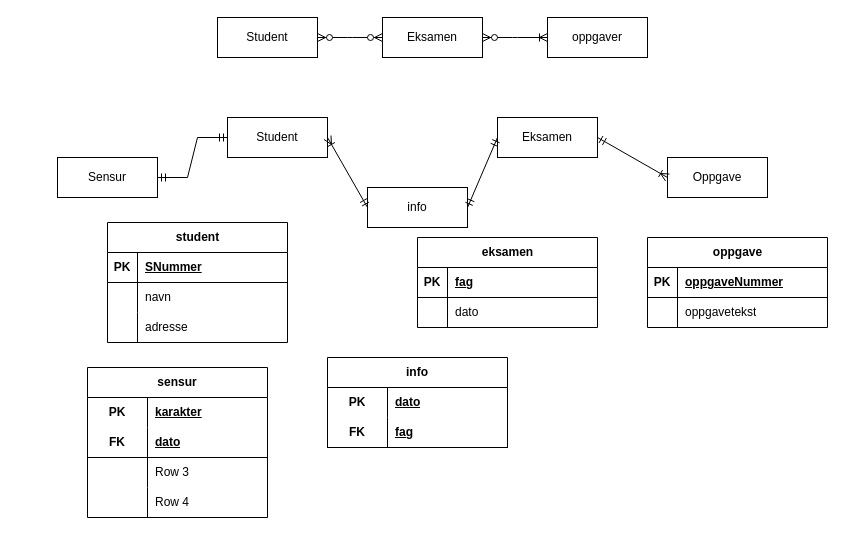
Above: klasserom Diagram.drawio in angeclara/ER101 (draw.io), before the change. Source tidied: cells renumbered, new cells numbered last; positions are measured from the earlier drawing's top-left corner, leaving out a move shared by most shapes. Both pictures are drawn from the tidied source at 100%, with x=0, y=0 at pixel (57, 17).
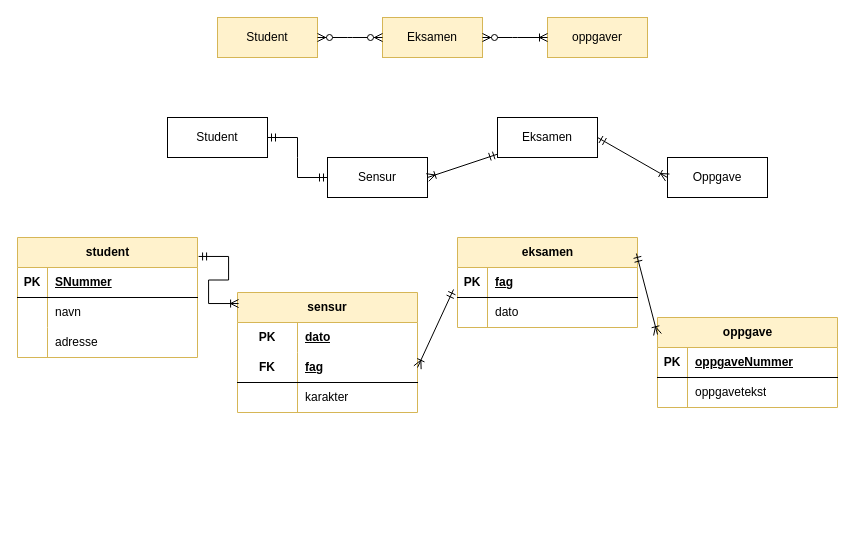
After the change.

Unchanged cells that the change refers to:
```xml
<mxCell id="6" value="Eksamen" style="whiteSpace=wrap;html=1;align=center;" parent="1" vertex="1">
  <mxGeometry x="440" y="100" width="100" height="40" as="geometry" />
</mxCell>
<mxCell id="27" style="shape=tableRow;horizontal=0;startSize=0;swimlaneHead=0;swimlaneBody=0;fillColor=none;points=[[0,0.5],[1,0.5]];portConstraint=eastwest;top=0;left=0;right=0;bottom=1;" parent="26" vertex="1">
  <mxGeometry y="30" width="180" height="30" as="geometry" />
</mxCell>
<mxCell id="48" style="shape=tableRow;horizontal=0;startSize=0;swimlaneHead=0;swimlaneBody=0;fillColor=none;top=0;left=0;right=0;bottom=0;html=1;" parent="47" vertex="1">
  <mxGeometry y="30" width="180" height="30" as="geometry" />
</mxCell>
<mxCell id="51" style="shape=tableRow;horizontal=0;startSize=0;swimlaneHead=0;swimlaneBody=0;fillColor=none;points=[[0,0.5],[1,0.5]];portConstraint=eastwest;top=0;left=0;right=0;bottom=1;html=1;" parent="47" vertex="1">
  <mxGeometry y="60" width="180" height="30" as="geometry" />
</mxCell>
<mxCell id="54" style="shape=tableRow;horizontal=0;startSize=0;swimlaneHead=0;swimlaneBody=0;fillColor=none;top=0;left=0;right=0;bottom=0;html=1;" parent="47" vertex="1">
  <mxGeometry y="90" width="180" height="30" as="geometry" />
</mxCell>
```

What changed in the source:
```diff
@@
-    <mxCell id="2" value="Student" style="whiteSpace=wrap;html=1;align=center;" parent="1" vertex="1">
+    <mxCell id="2" value="Student" style="whiteSpace=wrap;html=1;align=center;fillColor=#fff2cc;strokeColor=#d6b656;" parent="1" vertex="1">
       <mxGeometry x="160" width="100" height="40" as="geometry" />
     </mxCell>
-    <mxCell id="3" value="Eksamen" style="whiteSpace=wrap;html=1;align=center;" parent="1" vertex="1">
+    <mxCell id="3" value="Eksamen" style="whiteSpace=wrap;html=1;align=center;fillColor=#fff2cc;strokeColor=#d6b656;" parent="1" vertex="1">
       <mxGeometry x="325" width="100" height="40" as="geometry" />
     </mxCell>
-    <mxCell id="4" value="oppgaver" style="whiteSpace=wrap;html=1;align=center;" parent="1" vertex="1">
+    <mxCell id="4" value="oppgaver" style="whiteSpace=wrap;html=1;align=center;fillColor=#fff2cc;strokeColor=#d6b656;" parent="1" vertex="1">
       <mxGeometry x="490" width="100" height="40" as="geometry" />
     </mxCell>
@@
     <mxCell id="7" value="Sensur" style="whiteSpace=wrap;html=1;align=center;" parent="1" vertex="1">
-      <mxGeometry y="140" width="100" height="40" as="geometry" />
+      <mxGeometry x="270" y="140" width="100" height="40" as="geometry" />
     </mxCell>
     <mxCell id="8" value="Student" style="whiteSpace=wrap;html=1;align=center;" parent="1" vertex="1">
-      <mxGeometry x="170" y="100" width="100" height="40" as="geometry" />
+      <mxGeometry x="110" y="100" width="100" height="40" as="geometry" />
     </mxCell>
@@
-    <mxCell id="11" value="info" style="whiteSpace=wrap;html=1;align=center;" parent="1" vertex="1">
-      <mxGeometry x="310" y="170" width="100" height="40" as="geometry" />
-    </mxCell>
-    <mxCell id="12" style="edgeStyle=entityRelationEdgeStyle;fontSize=12;html=1;endArrow=ERmandOne;startArrow=ERmandOne;rounded=0;exitX=1;exitY=0.5;exitDx=0;exitDy=0;entryX=0;entryY=0.5;entryDx=0;entryDy=0;" parent="1" edge="1" source="7" target="8">
-      <mxGeometry relative="1" as="geometry" />
-    </mxCell>
-    <mxCell id="13" style="endArrow=ERmandOne;html=1;rounded=0;exitX=1;exitY=0.5;exitDx=0;exitDy=0;entryX=0;entryY=0.5;entryDx=0;entryDy=0;endFill=0;startArrow=ERoneToMany;startFill=0;" parent="1" edge="1" source="8" target="11">
-      <mxGeometry relative="1" as="geometry" />
-    </mxCell>
-    <mxCell id="14" style="endArrow=ERmandOne;html=1;rounded=0;exitX=1;exitY=0.5;exitDx=0;exitDy=0;entryX=0;entryY=0.5;entryDx=0;entryDy=0;startArrow=ERmandOne;startFill=0;endFill=0;" parent="1" edge="1" source="11" target="6">
-      <mxGeometry relative="1" as="geometry" />
-    </mxCell>
@@
-    <mxCell id="16" value="student" style="shape=table;startSize=30;childLayout=tableLayout;rowLines=0;fontStyle=1;align=center;html=1;" parent="1" vertex="1">
-      <mxGeometry x="50" y="205" width="180" height="120" as="geometry" />
+    <mxCell id="16" value="student" style="shape=table;startSize=30;childLayout=tableLayout;rowLines=0;fontStyle=1;align=center;html=1;fillColor=#fff2cc;strokeColor=#d6b656;" parent="1" vertex="1">
+      <mxGeometry x="-40" y="220" width="180" height="120" as="geometry" />
     </mxCell>
@@
-    <mxCell id="26" value="eksamen" style="shape=table;startSize=30;childLayout=tableLayout;rowLines=0;fontStyle=1;align=center;html=1;" parent="1" vertex="1">
-      <mxGeometry x="360" y="220" width="180" height="90" as="geometry" />
+    <mxCell id="26" value="eksamen" style="shape=table;startSize=30;childLayout=tableLayout;rowLines=0;fontStyle=1;align=center;html=1;fillColor=#fff2cc;strokeColor=#d6b656;" parent="1" vertex="1">
+      <mxGeometry x="400" y="220" width="180" height="90" as="geometry" />
     </mxCell>
@@
-    <mxCell id="33" value="oppgave" style="shape=table;startSize=30;childLayout=tableLayout;rowLines=0;fontStyle=1;align=center;html=1;" parent="1" vertex="1">
-      <mxGeometry x="590" y="220" width="180" height="90" as="geometry" />
+    <mxCell id="33" value="oppgave" style="shape=table;startSize=30;childLayout=tableLayout;rowLines=0;fontStyle=1;align=center;html=1;fillColor=#fff2cc;strokeColor=#d6b656;" parent="1" vertex="1">
+      <mxGeometry x="600" y="300" width="180" height="90" as="geometry" />
     </mxCell>
@@
-    <mxCell id="40" value="info" style="shape=table;startSize=30;childLayout=tableLayout;rowLines=0;fontStyle=1;align=center;html=1;whiteSpace=wrap;" parent="1" vertex="1">
-      <mxGeometry x="270" y="340" width="180" height="90" as="geometry" />
-    </mxCell>
-    <mxCell id="41" style="shape=tableRow;horizontal=0;startSize=0;swimlaneHead=0;swimlaneBody=0;fillColor=none;top=0;left=0;right=0;bottom=0;html=1;" parent="40" vertex="1">
-      <mxGeometry y="30" width="180" height="30" as="geometry" />
-    </mxCell>
-    <mxCell id="42" value="PK" style="shape=partialRectangle;fillColor=none;top=0;left=0;bottom=0;right=0;fontStyle=1;overflow=hidden;html=1;whiteSpace=wrap;" parent="41" vertex="1">
-      <mxGeometry width="60" height="30" as="geometry" />
-    </mxCell>
-    <mxCell id="43" value="dato" style="shape=partialRectangle;fillColor=none;top=0;left=0;bottom=0;right=0;align=left;spacingLeft=6;fontStyle=5;overflow=hidden;html=1;whiteSpace=wrap;" parent="41" vertex="1">
-      <mxGeometry x="60" width="120" height="30" as="geometry" />
-    </mxCell>
-    <mxCell id="44" style="shape=tableRow;horizontal=0;startSize=0;swimlaneHead=0;swimlaneBody=0;fillColor=none;top=0;left=0;right=0;bottom=1;html=1;" parent="40" vertex="1">
-      <mxGeometry y="60" width="180" height="30" as="geometry" />
-    </mxCell>
-    <mxCell id="45" value="FK" style="shape=partialRectangle;fillColor=none;top=0;left=0;bottom=0;right=0;fontStyle=1;overflow=hidden;html=1;whiteSpace=wrap;" parent="44" vertex="1">
-      <mxGeometry width="60" height="30" as="geometry" />
-    </mxCell>
-    <mxCell id="46" value="fag" style="shape=partialRectangle;fillColor=none;top=0;left=0;bottom=0;right=0;align=left;spacingLeft=6;fontStyle=5;overflow=hidden;html=1;whiteSpace=wrap;" parent="44" vertex="1">
-      <mxGeometry x="60" width="120" height="30" as="geometry" />
-    </mxCell>
-    <mxCell id="47" value="sensur" style="shape=table;startSize=30;childLayout=tableLayout;rowLines=0;fontStyle=1;align=center;html=1;whiteSpace=wrap;" parent="1" vertex="1">
-      <mxGeometry x="30" y="350" width="180" height="150" as="geometry" />
+    <mxCell id="47" value="sensur" style="shape=table;startSize=30;childLayout=tableLayout;rowLines=0;fontStyle=1;align=center;html=1;whiteSpace=wrap;fillColor=#fff2cc;strokeColor=#d6b656;" parent="1" vertex="1">
+      <mxGeometry x="180" y="275" width="180" height="120" as="geometry" />
     </mxCell>
@@
-    <mxCell id="50" value="karakter" style="shape=partialRectangle;fillColor=none;top=0;left=0;bottom=0;right=0;align=left;spacingLeft=6;fontStyle=5;overflow=hidden;html=1;whiteSpace=wrap;" parent="48" vertex="1">
+    <mxCell id="50" value="dato" style="shape=partialRectangle;fillColor=none;top=0;left=0;bottom=0;right=0;align=left;spacingLeft=6;fontStyle=5;overflow=hidden;html=1;whiteSpace=wrap;" parent="48" vertex="1">
       <mxGeometry x="60" width="120" height="30" as="geometry" />
     </mxCell>
@@
-    <mxCell id="53" value="dato" style="shape=partialRectangle;fillColor=none;top=0;left=0;bottom=0;right=0;align=left;spacingLeft=6;fontStyle=5;overflow=hidden;html=1;whiteSpace=wrap;" parent="51" vertex="1">
+    <mxCell id="53" value="fag" style="shape=partialRectangle;fillColor=none;top=0;left=0;bottom=0;right=0;align=left;spacingLeft=6;fontStyle=5;overflow=hidden;html=1;whiteSpace=wrap;" parent="51" vertex="1">
       <mxGeometry x="60" width="120" height="30" as="geometry" />
     </mxCell>
@@
-    <mxCell id="56" value="Row 3" style="shape=partialRectangle;fillColor=none;top=0;left=0;bottom=0;right=0;align=left;spacingLeft=6;overflow=hidden;html=1;whiteSpace=wrap;" parent="54" vertex="1">
+    <mxCell id="56" value="karakter" style="shape=partialRectangle;fillColor=none;top=0;left=0;bottom=0;right=0;align=left;spacingLeft=6;overflow=hidden;html=1;whiteSpace=wrap;" parent="54" vertex="1">
       <mxGeometry x="60" width="120" height="30" as="geometry" />
     </mxCell>
-    <mxCell id="57" style="shape=tableRow;horizontal=0;startSize=0;swimlaneHead=0;swimlaneBody=0;fillColor=none;top=0;left=0;right=0;bottom=0;html=1;" parent="47" vertex="1">
-      <mxGeometry y="120" width="180" height="30" as="geometry" />
-    </mxCell>
-    <mxCell id="58" style="shape=partialRectangle;fillColor=none;top=0;left=0;bottom=0;right=0;overflow=hidden;html=1;whiteSpace=wrap;" parent="57" vertex="1">
-      <mxGeometry width="60" height="30" as="geometry" />
-    </mxCell>
-    <mxCell id="59" value="Row 4" style="shape=partialRectangle;fillColor=none;top=0;left=0;bottom=0;right=0;align=left;spacingLeft=6;overflow=hidden;html=1;whiteSpace=wrap;" parent="57" vertex="1">
-      <mxGeometry x="60" width="120" height="30" as="geometry" />
-    </mxCell>
+    <mxCell id="60" style="edgeStyle=entityRelationEdgeStyle;fontSize=12;html=1;endArrow=ERmandOne;startArrow=ERmandOne;rounded=0;exitX=1;exitY=0.5;exitDx=0;exitDy=0;entryX=0;entryY=0.5;entryDx=0;entryDy=0;" parent="1" edge="1" source="8" target="7">
+      <mxGeometry relative="1" as="geometry" />
+    </mxCell>
+    <mxCell id="61" style="endArrow=ERmandOne;html=1;rounded=0;exitX=1;exitY=0.5;exitDx=0;exitDy=0;startArrow=ERoneToMany;startFill=0;endFill=0;" parent="1" edge="1" source="7" target="6">
+      <mxGeometry relative="1" as="geometry" />
+    </mxCell>
+    <mxCell id="62" style="edgeStyle=entityRelationEdgeStyle;fontSize=12;html=1;endArrow=ERoneToMany;startArrow=ERmandOne;rounded=0;exitX=1.006;exitY=0.158;exitDx=0;exitDy=0;exitPerimeter=0;entryX=0.006;entryY=0.092;entryDx=0;entryDy=0;entryPerimeter=0;endFill=0;" parent="1" edge="1" source="16" target="47">
+      <mxGeometry relative="1" as="geometry" />
+    </mxCell>
+    <mxCell id="63" style="endArrow=ERmandOne;html=1;rounded=0;exitX=1;exitY=0.5;exitDx=0;exitDy=0;startArrow=ERoneToMany;startFill=0;endFill=0;entryX=-0.022;entryY=0.733;entryDx=0;entryDy=0;entryPerimeter=0;" parent="1" edge="1" source="51" target="27">
+      <mxGeometry relative="1" as="geometry" />
+    </mxCell>
+    <mxCell id="64" style="endArrow=ERoneToMany;html=1;rounded=0;exitX=0.994;exitY=0.178;exitDx=0;exitDy=0;entryX=0;entryY=0.189;entryDx=0;entryDy=0;endFill=0;startArrow=ERmandOne;startFill=0;exitPerimeter=0;entryPerimeter=0;" parent="1" edge="1" source="26" target="33">
+      <mxGeometry relative="1" as="geometry" />
+    </mxCell>
```
